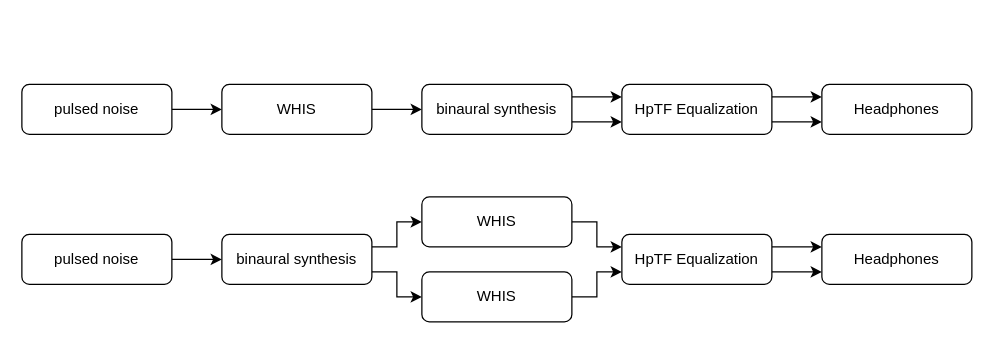
The draw.io diagram HRTF-OptionAB.drawio in dirkbr/draw.io, before the edit. Source tidied: cells renumbered, new cells numbered last; positions are measured from the earlier drawing's top-left corner, leaving out a move shared by most shapes. Both pictures are drawn from the tidied source at 125%, with x=0, y=0 at pixel (21, 84).
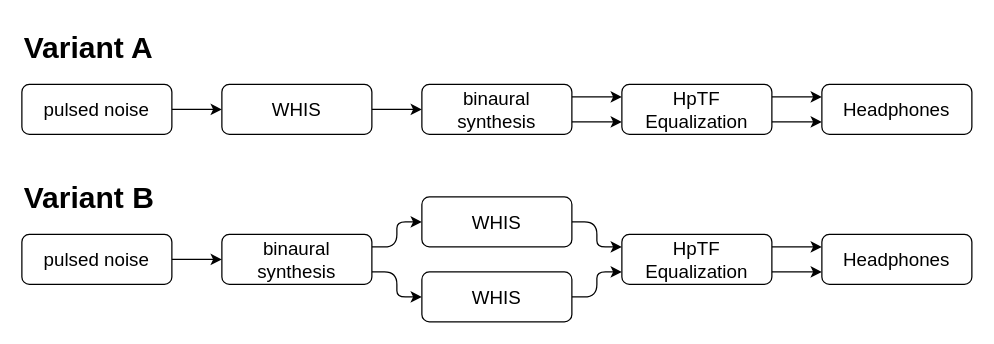
The same diagram, later.

The edit, as a diff of the source:
```diff
@@
-    <mxCell id="2" style="edgeStyle=orthogonalEdgeStyle;rounded=0;jettySize=auto;html=1;exitX=1;exitY=0.5;exitDx=0;exitDy=0;entryX=0;entryY=0.5;entryDx=0;entryDy=0;" parent="1" edge="1" source="3" target="5">
+    <mxCell id="2" style="edgeStyle=orthogonalEdgeStyle;rounded=1;jettySize=auto;html=1;exitX=1;exitY=0.5;exitDx=0;exitDy=0;entryX=0;entryY=0.5;entryDx=0;entryDy=0;labelBackgroundColor=none;fontColor=default;shadow=0;fontSize=15;" parent="1" edge="1" source="3" target="5">
       <mxGeometry relative="1" as="geometry" />
     </mxCell>
-    <mxCell id="3" value="pulsed noise" style="rounded=1;whiteSpace=wrap;html=1;fontSize=12;glass=0;strokeWidth=1;shadow=0;" parent="1" vertex="1">
+    <mxCell id="3" value="pulsed noise" style="rounded=1;whiteSpace=wrap;html=1;fontSize=15;glass=0;strokeWidth=1;shadow=0;labelBackgroundColor=none;" parent="1" vertex="1">
       <mxGeometry width="120" height="40" as="geometry" />
     </mxCell>
-    <mxCell id="4" style="edgeStyle=orthogonalEdgeStyle;rounded=0;jettySize=auto;html=1;exitX=1;exitY=0.5;exitDx=0;exitDy=0;entryX=0;entryY=0.5;entryDx=0;entryDy=0;" parent="1" edge="1" source="5" target="8">
+    <mxCell id="4" style="edgeStyle=orthogonalEdgeStyle;rounded=1;jettySize=auto;html=1;exitX=1;exitY=0.5;exitDx=0;exitDy=0;entryX=0;entryY=0.5;entryDx=0;entryDy=0;labelBackgroundColor=none;fontColor=default;shadow=0;fontSize=15;" parent="1" edge="1" source="5" target="8">
       <mxGeometry relative="1" as="geometry" />
     </mxCell>
-    <mxCell id="5" value="WHIS" style="rounded=1;whiteSpace=wrap;html=1;" parent="1" vertex="1">
+    <mxCell id="5" value="WHIS" style="rounded=1;whiteSpace=wrap;html=1;labelBackgroundColor=none;shadow=0;fontSize=15;" parent="1" vertex="1">
       <mxGeometry x="160" width="120" height="40" as="geometry" />
     </mxCell>
-    <mxCell id="6" style="edgeStyle=orthogonalEdgeStyle;rounded=0;jettySize=auto;html=1;exitX=1;exitY=0.25;exitDx=0;exitDy=0;entryX=0;entryY=0.25;entryDx=0;entryDy=0;" parent="1" edge="1" source="8" target="18">
+    <mxCell id="6" style="edgeStyle=orthogonalEdgeStyle;rounded=1;jettySize=auto;html=1;exitX=1;exitY=0.25;exitDx=0;exitDy=0;entryX=0;entryY=0.25;entryDx=0;entryDy=0;labelBackgroundColor=none;fontColor=default;shadow=0;fontSize=15;" parent="1" edge="1" source="8" target="18">
       <mxGeometry relative="1" as="geometry" />
     </mxCell>
-    <mxCell id="7" style="edgeStyle=orthogonalEdgeStyle;rounded=0;jettySize=auto;html=1;exitX=1;exitY=0.75;exitDx=0;exitDy=0;entryX=0;entryY=0.75;entryDx=0;entryDy=0;" parent="1" edge="1" source="8" target="18">
+    <mxCell id="7" style="edgeStyle=orthogonalEdgeStyle;rounded=1;jettySize=auto;html=1;exitX=1;exitY=0.75;exitDx=0;exitDy=0;entryX=0;entryY=0.75;entryDx=0;entryDy=0;labelBackgroundColor=none;fontColor=default;shadow=0;fontSize=15;" parent="1" edge="1" source="8" target="18">
       <mxGeometry relative="1" as="geometry" />
     </mxCell>
-    <mxCell id="8" value="binaural synthesis" style="rounded=1;whiteSpace=wrap;html=1;" parent="1" vertex="1">
+    <mxCell id="8" value="binaural synthesis" style="rounded=1;whiteSpace=wrap;html=1;labelBackgroundColor=none;shadow=0;fontSize=15;" parent="1" vertex="1">
       <mxGeometry x="320" width="120" height="40" as="geometry" />
     </mxCell>
-    <mxCell id="9" style="edgeStyle=orthogonalEdgeStyle;rounded=0;jettySize=auto;html=1;exitX=1;exitY=0.25;exitDx=0;exitDy=0;entryX=0;entryY=0.5;entryDx=0;entryDy=0;" parent="1" edge="1" source="11" target="13">
+    <mxCell id="9" style="edgeStyle=orthogonalEdgeStyle;rounded=1;jettySize=auto;html=1;exitX=1;exitY=0.25;exitDx=0;exitDy=0;entryX=0;entryY=0.5;entryDx=0;entryDy=0;labelBackgroundColor=none;fontColor=default;shadow=0;fontSize=15;" parent="1" edge="1" source="11" target="13">
       <mxGeometry relative="1" as="geometry" />
     </mxCell>
-    <mxCell id="10" style="edgeStyle=orthogonalEdgeStyle;rounded=0;jettySize=auto;html=1;exitX=1;exitY=0.75;exitDx=0;exitDy=0;entryX=0;entryY=0.5;entryDx=0;entryDy=0;" parent="1" edge="1" source="11" target="15">
+    <mxCell id="10" style="edgeStyle=orthogonalEdgeStyle;rounded=1;jettySize=auto;html=1;exitX=1;exitY=0.75;exitDx=0;exitDy=0;entryX=0;entryY=0.5;entryDx=0;entryDy=0;labelBackgroundColor=none;fontColor=default;shadow=0;fontSize=15;" parent="1" edge="1" source="11" target="15">
       <mxGeometry relative="1" as="geometry" />
     </mxCell>
-    <mxCell id="11" value="binaural synthesis" style="rounded=1;whiteSpace=wrap;html=1;" parent="1" vertex="1">
+    <mxCell id="11" value="binaural synthesis" style="rounded=1;whiteSpace=wrap;html=1;labelBackgroundColor=none;shadow=0;fontSize=15;" parent="1" vertex="1">
       <mxGeometry x="160" y="120" width="120" height="40" as="geometry" />
     </mxCell>
-    <mxCell id="12" style="edgeStyle=orthogonalEdgeStyle;rounded=0;jettySize=auto;html=1;exitX=1;exitY=0.5;exitDx=0;exitDy=0;entryX=0;entryY=0.25;entryDx=0;entryDy=0;" parent="1" edge="1" source="13" target="23">
+    <mxCell id="12" style="edgeStyle=orthogonalEdgeStyle;rounded=1;jettySize=auto;html=1;exitX=1;exitY=0.5;exitDx=0;exitDy=0;entryX=0;entryY=0.25;entryDx=0;entryDy=0;labelBackgroundColor=none;fontColor=default;shadow=0;fontSize=15;" parent="1" edge="1" source="13" target="23">
       <mxGeometry relative="1" as="geometry" />
     </mxCell>
-    <mxCell id="13" value="WHIS" style="rounded=1;whiteSpace=wrap;html=1;" parent="1" vertex="1">
+    <mxCell id="13" value="WHIS" style="rounded=1;whiteSpace=wrap;html=1;labelBackgroundColor=none;shadow=0;fontSize=15;" parent="1" vertex="1">
       <mxGeometry x="320" y="90" width="120" height="40" as="geometry" />
     </mxCell>
-    <mxCell id="14" style="edgeStyle=orthogonalEdgeStyle;rounded=0;jettySize=auto;html=1;exitX=1;exitY=0.5;exitDx=0;exitDy=0;entryX=0;entryY=0.75;entryDx=0;entryDy=0;" parent="1" edge="1" source="15" target="23">
+    <mxCell id="14" style="edgeStyle=orthogonalEdgeStyle;rounded=1;jettySize=auto;html=1;exitX=1;exitY=0.5;exitDx=0;exitDy=0;entryX=0;entryY=0.75;entryDx=0;entryDy=0;labelBackgroundColor=none;fontColor=default;shadow=0;fontSize=15;" parent="1" edge="1" source="15" target="23">
       <mxGeometry relative="1" as="geometry" />
     </mxCell>
-    <mxCell id="15" value="WHIS" style="rounded=1;whiteSpace=wrap;html=1;" parent="1" vertex="1">
+    <mxCell id="15" value="WHIS" style="rounded=1;whiteSpace=wrap;html=1;labelBackgroundColor=none;shadow=0;fontSize=15;" parent="1" vertex="1">
       <mxGeometry x="320" y="150" width="120" height="40" as="geometry" />
     </mxCell>
-    <mxCell id="16" style="edgeStyle=orthogonalEdgeStyle;rounded=0;jettySize=auto;html=1;exitX=1;exitY=0.25;exitDx=0;exitDy=0;entryX=0;entryY=0.25;entryDx=0;entryDy=0;" parent="1" edge="1" source="18" target="24">
+    <mxCell id="16" style="edgeStyle=orthogonalEdgeStyle;rounded=1;jettySize=auto;html=1;exitX=1;exitY=0.25;exitDx=0;exitDy=0;entryX=0;entryY=0.25;entryDx=0;entryDy=0;labelBackgroundColor=none;fontColor=default;shadow=0;fontSize=15;" parent="1" edge="1" source="18" target="24">
       <mxGeometry relative="1" as="geometry" />
     </mxCell>
-    <mxCell id="17" style="edgeStyle=orthogonalEdgeStyle;rounded=0;jettySize=auto;html=1;exitX=1;exitY=0.75;exitDx=0;exitDy=0;entryX=0;entryY=0.75;entryDx=0;entryDy=0;" parent="1" edge="1" source="18" target="24">
+    <mxCell id="17" style="edgeStyle=orthogonalEdgeStyle;rounded=1;jettySize=auto;html=1;exitX=1;exitY=0.75;exitDx=0;exitDy=0;entryX=0;entryY=0.75;entryDx=0;entryDy=0;labelBackgroundColor=none;fontColor=default;shadow=0;fontSize=15;" parent="1" edge="1" source="18" target="24">
       <mxGeometry relative="1" as="geometry" />
     </mxCell>
-    <mxCell id="18" value="HpTF Equalization" style="rounded=1;whiteSpace=wrap;html=1;" parent="1" vertex="1">
+    <mxCell id="18" value="HpTF Equalization" style="rounded=1;whiteSpace=wrap;html=1;labelBackgroundColor=none;shadow=0;fontSize=15;" parent="1" vertex="1">
       <mxGeometry x="480" width="120" height="40" as="geometry" />
     </mxCell>
-    <mxCell id="19" style="edgeStyle=orthogonalEdgeStyle;rounded=0;jettySize=auto;html=1;exitX=1;exitY=0.5;exitDx=0;exitDy=0;entryX=0;entryY=0.5;entryDx=0;entryDy=0;" parent="1" edge="1" source="20" target="11">
+    <mxCell id="19" style="edgeStyle=orthogonalEdgeStyle;rounded=1;jettySize=auto;html=1;exitX=1;exitY=0.5;exitDx=0;exitDy=0;entryX=0;entryY=0.5;entryDx=0;entryDy=0;labelBackgroundColor=none;fontColor=default;shadow=0;fontSize=15;" parent="1" edge="1" source="20" target="11">
       <mxGeometry relative="1" as="geometry" />
     </mxCell>
-    <mxCell id="20" value="pulsed noise" style="rounded=1;whiteSpace=wrap;html=1;fontSize=12;glass=0;strokeWidth=1;shadow=0;" parent="1" vertex="1">
+    <mxCell id="20" value="pulsed noise" style="rounded=1;whiteSpace=wrap;html=1;fontSize=15;glass=0;strokeWidth=1;shadow=0;labelBackgroundColor=none;" parent="1" vertex="1">
       <mxGeometry y="120" width="120" height="40" as="geometry" />
     </mxCell>
-    <mxCell id="21" style="edgeStyle=orthogonalEdgeStyle;rounded=0;jettySize=auto;html=1;exitX=1;exitY=0.25;exitDx=0;exitDy=0;entryX=0;entryY=0.25;entryDx=0;entryDy=0;" parent="1" edge="1" source="23" target="25">
+    <mxCell id="21" style="edgeStyle=orthogonalEdgeStyle;rounded=1;jettySize=auto;html=1;exitX=1;exitY=0.25;exitDx=0;exitDy=0;entryX=0;entryY=0.25;entryDx=0;entryDy=0;labelBackgroundColor=none;fontColor=default;shadow=0;fontSize=15;" parent="1" edge="1" source="23" target="25">
       <mxGeometry relative="1" as="geometry" />
     </mxCell>
-    <mxCell id="22" style="edgeStyle=orthogonalEdgeStyle;rounded=0;jettySize=auto;html=1;exitX=1;exitY=0.75;exitDx=0;exitDy=0;entryX=0;entryY=0.75;entryDx=0;entryDy=0;" parent="1" edge="1" source="23" target="25">
+    <mxCell id="22" style="edgeStyle=orthogonalEdgeStyle;rounded=1;jettySize=auto;html=1;exitX=1;exitY=0.75;exitDx=0;exitDy=0;entryX=0;entryY=0.75;entryDx=0;entryDy=0;labelBackgroundColor=none;fontColor=default;shadow=0;fontSize=15;" parent="1" edge="1" source="23" target="25">
       <mxGeometry relative="1" as="geometry" />
     </mxCell>
-    <mxCell id="23" value="HpTF Equalization" style="rounded=1;whiteSpace=wrap;html=1;" parent="1" vertex="1">
+    <mxCell id="23" value="HpTF Equalization" style="rounded=1;whiteSpace=wrap;html=1;labelBackgroundColor=none;shadow=0;fontSize=15;" parent="1" vertex="1">
       <mxGeometry x="480" y="120" width="120" height="40" as="geometry" />
     </mxCell>
-    <mxCell id="24" value="Headphones" style="rounded=1;whiteSpace=wrap;html=1;" parent="1" vertex="1">
+    <mxCell id="24" value="Headphones" style="rounded=1;whiteSpace=wrap;html=1;labelBackgroundColor=none;shadow=0;fontSize=15;" parent="1" vertex="1">
       <mxGeometry x="640" width="120" height="40" as="geometry" />
     </mxCell>
-    <mxCell id="25" value="Headphones" style="rounded=1;whiteSpace=wrap;html=1;" parent="1" vertex="1">
+    <mxCell id="25" value="Headphones" style="rounded=1;whiteSpace=wrap;html=1;labelBackgroundColor=none;shadow=0;fontSize=15;" parent="1" vertex="1">
       <mxGeometry x="640" y="120" width="120" height="40" as="geometry" />
     </mxCell>
+    <mxCell id="26" value="&lt;h1 style=&quot;margin-top: 0px;&quot;&gt;Variant A&lt;/h1&gt;" style="text;html=1;whiteSpace=wrap;overflow=hidden;rounded=0;" parent="1" vertex="1">
+      <mxGeometry y="-50" width="120" height="40" as="geometry" />
+    </mxCell>
+    <mxCell id="27" value="&lt;h1 style=&quot;margin-top: 0px;&quot;&gt;Variant B&lt;br&gt;&lt;/h1&gt;" style="text;html=1;whiteSpace=wrap;overflow=hidden;rounded=0;" parent="1" vertex="1">
+      <mxGeometry y="70" width="120" height="40" as="geometry" />
+    </mxCell>
```
